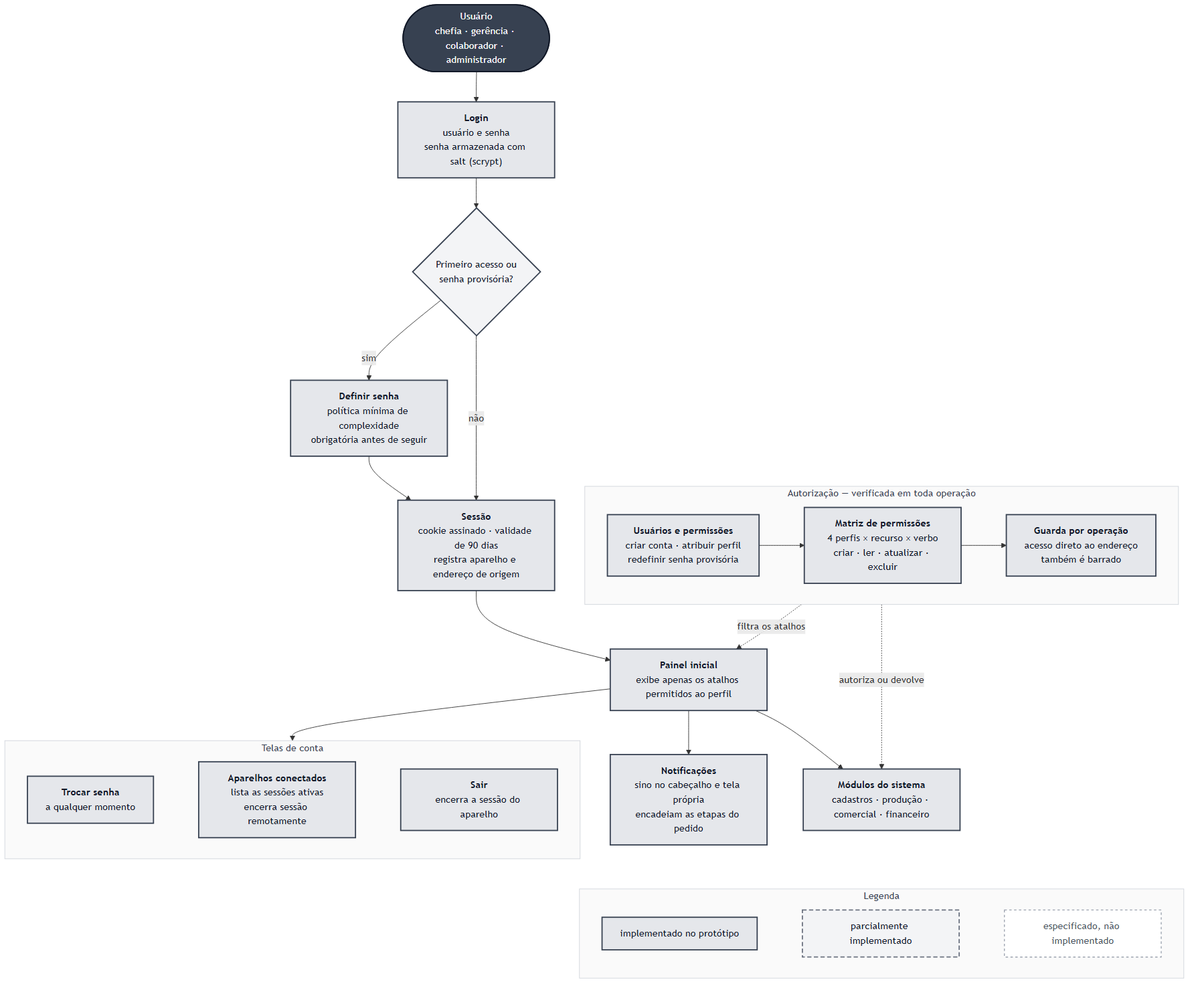
JoaoMudar/tcc keeps this Mermaid diagram as docs/rotinas/img/mapa-0-acesso.png. Above is the earlier version. Its source is kept beside it as docs/rotinas/img/mapa-0-acesso.mmd.
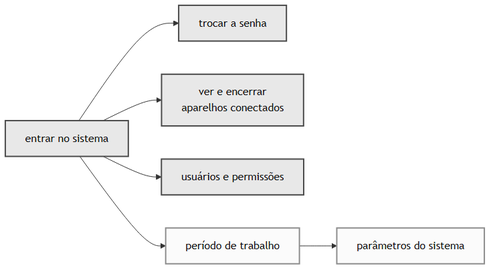
The same diagram one commit later.

Change to the diagram source:
```diff
@@ -1,63 +1,21 @@
-flowchart TB
-  USR(["Usuário<br/>chefia · gerência · colaborador · administrador"])
+flowchart LR
+  L["entrar no sistema"]
+  S["trocar a senha"]
+  D["ver e encerrar<br/>aparelhos conectados"]
+  U["usuários e permissões"]
+  T["período de trabalho"]
+  P["parâmetros do sistema"]
 
-  LOG["<b>Login</b><br/>usuário e senha<br/>senha armazenada com salt (scrypt)"]
-  DEC{"Primeiro acesso ou<br/>senha provisória?"}
-  SEN["<b>Definir senha</b><br/>política mínima de complexidade<br/>obrigatória antes de seguir"]
-  SES["<b>Sessão</b><br/>cookie assinado · validade de 90 dias<br/>registra aparelho e endereço de origem"]
-  PAI["<b>Painel inicial</b><br/>exibe apenas os atalhos permitidos ao perfil"]
-
-  subgraph OPE["Telas de conta"]
-    direction LR
-    TRO["<b>Trocar senha</b><br/>a qualquer momento"]
-    APA["<b>Aparelhos conectados</b><br/>lista as sessões ativas<br/>encerra sessão remotamente"]
-    SAI["<b>Sair</b><br/>encerra a sessão do aparelho"]
-    TRO ~~~ APA ~~~ SAI
-  end
-
-  NOT["<b>Notificações</b><br/>sino no cabeçalho e tela própria<br/>encadeiam as etapas do pedido"]
-
-  subgraph AUT["Autorização &mdash; verificada em toda operação"]
-    direction LR
-    USUA["<b>Usuários e permissões</b><br/>criar conta · atribuir perfil<br/>redefinir senha provisória"]
-    MAT["<b>Matriz de permissões</b><br/>4 perfis &times; recurso &times; verbo<br/>criar · ler · atualizar · excluir"]
-    GUA["<b>Guarda por operação</b><br/>acesso direto ao endereço<br/>também é barrado"]
-    USUA --> MAT --> GUA
-  end
-
-  MOD["<b>Módulos do sistema</b><br/>cadastros · produção · comercial · financeiro"]
-
-  USR --> LOG
-  LOG --> DEC
-  DEC -->|sim| SEN
-  SEN --> SES
-  DEC -->|não| SES
-  SES --> PAI
-  PAI --> MOD
-  PAI --> NOT
-  PAI --> OPE
-  MAT -.->|filtra os atalhos| PAI
-  GUA -.->|autoriza ou devolve| MOD
-
-  subgraph LEG["Legenda"]
-    direction LR
-    L1["implementado no protótipo"]
-    L2["parcialmente implementado"]
-    L3["especificado, não implementado"]
-    L1 ~~~ L2 ~~~ L3
-  end
-  MOD ~~~ LEG
+  L --> S
+  L --> D
+  L --> U
+  L --> T
+  T --> P
 
   classDef ok fill:#dcfce7,stroke:#16a34a,stroke-width:2px,color:#111
   classDef meio fill:#fef3c7,stroke:#d97706,stroke-width:2px,color:#111
   classDef falta fill:#fee2e2,stroke:#dc2626,stroke-width:2px,color:#111
   classDef grupo fill:#f8fafc,stroke:#cbd5e1,stroke-width:1px,color:#334155
-  classDef ator fill:#374151,stroke:#111827,stroke-width:2px,color:#f9fafb
-  classDef decisao fill:#e2e8f0,stroke:#475569,stroke-width:2px,color:#111
 
-  class LOG,SEN,SES,PAI,TRO,APA,SAI,NOT,USUA,MAT,GUA,MOD,L1 ok
-  class L2 meio
-  class L3 falta
-  class USR ator
-  class DEC decisao
-  class OPE,AUT,LEG grupo
+  class L,S,D,U ok
+  class T,P falta
```
